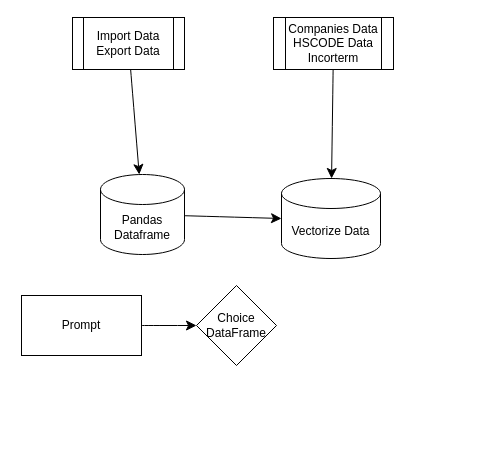
Earlier version of the draw.io diagram Untitled Diagram.drawio (nndk91/RAG_ImEx). Source tidied: cells renumbered, new cells numbered last; positions are measured from the earlier drawing's top-left corner, leaving out a move shared by most shapes. Both pictures are drawn from the tidied source at 100%, with x=0, y=0 at pixel (21, 17).
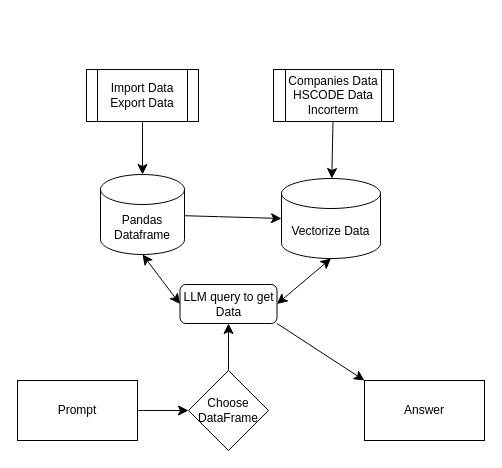
Above is the later version.

What changed in the source:
```diff
@@
 <mxGraphModel>
   <root>
     <mxCell id="0" />
     <mxCell id="1" parent="0" />
     <mxCell id="2" style="edgeStyle=none;curved=1;rounded=0;jettySize=auto;html=1;fontSize=12;startSize=8;endSize=8;" parent="1" edge="1" source="3" target="4">
       <mxGeometry relative="1" as="geometry" />
     </mxCell>
     <mxCell id="3" value="Import Data&lt;div&gt;Export Data&lt;/div&gt;" style="shape=process;whiteSpace=wrap;html=1;backgroundOutline=1;" parent="1" vertex="1">
-      <mxGeometry x="51" width="112" height="52" as="geometry" />
+      <mxGeometry x="65" y="52" width="112" height="52" as="geometry" />
     </mxCell>
     <mxCell id="4" value="Pandas Dataframe" style="shape=cylinder3;whiteSpace=wrap;html=1;boundedLbl=1;backgroundOutline=1;size=15;" parent="1" vertex="1">
       <mxGeometry x="79" y="157" width="84" height="80" as="geometry" />
     </mxCell>
     <mxCell id="5" style="edgeStyle=none;curved=1;rounded=0;jettySize=auto;html=1;fontSize=12;startSize=8;endSize=8;" parent="1" edge="1" source="6" target="8">
       <mxGeometry relative="1" as="geometry" />
     </mxCell>
     <mxCell id="6" value="Companies Data&lt;div&gt;HSCODE Data&lt;/div&gt;&lt;div&gt;Incorterm&lt;/div&gt;" style="shape=process;whiteSpace=wrap;html=1;backgroundOutline=1;" parent="1" vertex="1">
-      <mxGeometry x="252" width="120" height="52" as="geometry" />
+      <mxGeometry x="252" y="52" width="120" height="52" as="geometry" />
     </mxCell>
     <mxCell id="7" style="edgeStyle=none;curved=1;rounded=0;jettySize=auto;html=1;fontSize=12;startSize=8;endSize=8;entryX=0;entryY=0.5;entryDx=0;entryDy=0;entryPerimeter=0;" parent="1" edge="1" source="4" target="8">
       <mxGeometry relative="1" as="geometry" />
     </mxCell>
     <mxCell id="8" value="Vectorize Data" style="shape=cylinder3;whiteSpace=wrap;html=1;boundedLbl=1;backgroundOutline=1;size=15;" parent="1" vertex="1">
       <mxGeometry x="260" y="161" width="99" height="80" as="geometry" />
     </mxCell>
     <mxCell id="9" style="edgeStyle=none;curved=1;rounded=0;jettySize=auto;html=1;fontSize=12;startSize=8;endSize=8;" parent="1" edge="1" source="10" target="11">
       <mxGeometry relative="1" as="geometry" />
     </mxCell>
     <mxCell id="10" value="Prompt" style="rounded=0;whiteSpace=wrap;html=1;" parent="1" vertex="1">
-      <mxGeometry y="278" width="120" height="60" as="geometry" />
+      <mxGeometry x="-4" y="363" width="120" height="60" as="geometry" />
     </mxCell>
-    <mxCell id="11" value="Choice DataFrame" style="rhombus;whiteSpace=wrap;html=1;" parent="1" vertex="1">
-      <mxGeometry x="175" y="268" width="80" height="80" as="geometry" />
+    <mxCell id="11" value="Choose DataFrame" style="rhombus;whiteSpace=wrap;html=1;" parent="1" vertex="1">
+      <mxGeometry x="167" y="353" width="80" height="80" as="geometry" />
     </mxCell>
+    <mxCell id="12" style="edgeStyle=none;curved=1;rounded=0;jettySize=auto;html=1;entryX=0;entryY=0;entryDx=0;entryDy=0;fontSize=12;startSize=8;endSize=8;exitX=1;exitY=1;exitDx=0;exitDy=0;" parent="1" edge="1" source="13" target="17">
+      <mxGeometry relative="1" as="geometry" />
+    </mxCell>
+    <mxCell id="13" value="LLM query to get Data" style="rounded=1;whiteSpace=wrap;html=1;" parent="1" vertex="1">
+      <mxGeometry x="158.5" y="267" width="97" height="39" as="geometry" />
+    </mxCell>
+    <mxCell id="14" style="endArrow=classic;html=1;rounded=0;fontSize=12;startSize=8;endSize=8;curved=1;entryX=0.5;entryY=1;entryDx=0;entryDy=0;exitX=0.5;exitY=0;exitDx=0;exitDy=0;" parent="1" edge="1" source="11" target="13">
+      <mxGeometry relative="1" as="geometry" />
+    </mxCell>
+    <mxCell id="15" style="edgeStyle=none;curved=1;rounded=0;orthogonalLoop=1;jettySize=auto;html=1;exitX=0.75;exitY=1;exitDx=0;exitDy=0;fontSize=12;startSize=8;endSize=8;" parent="1" edge="1" source="13" target="13">
+      <mxGeometry relative="1" as="geometry" />
+    </mxCell>
+    <mxCell id="16" style="endArrow=classic;startArrow=classic;html=1;rounded=0;fontSize=12;startSize=8;endSize=8;curved=1;exitX=0.5;exitY=1;exitDx=0;exitDy=0;exitPerimeter=0;entryX=0;entryY=0.5;entryDx=0;entryDy=0;" parent="1" edge="1" source="4" target="13">
+      <mxGeometry relative="1" as="geometry" />
+    </mxCell>
+    <mxCell id="17" value="Answer" style="whiteSpace=wrap;html=1;" parent="1" vertex="1">
+      <mxGeometry x="343" y="363" width="120" height="60" as="geometry" />
+    </mxCell>
+    <mxCell id="18" style="endArrow=classic;startArrow=classic;html=1;rounded=0;fontSize=12;startSize=8;endSize=8;curved=1;entryX=0.5;entryY=1;entryDx=0;entryDy=0;entryPerimeter=0;exitX=1;exitY=0.5;exitDx=0;exitDy=0;" parent="1" edge="1" source="13" target="8">
+      <mxGeometry relative="1" as="geometry" />
+    </mxCell>
   </root>
 </mxGraphModel>
```
